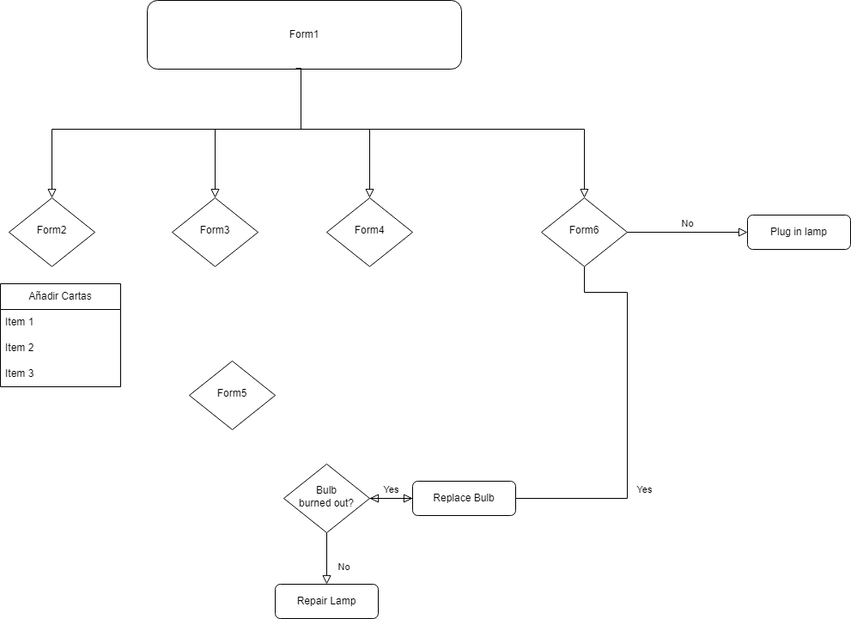
Earlier version of the draw.io export SerializableYugi/diagrama.drawio.png (ivansanjose1/TFG). Source tidied: cells renumbered, new cells last; positions are measured from the earlier drawing's top-left corner, leaving out a move shared by most shapes.
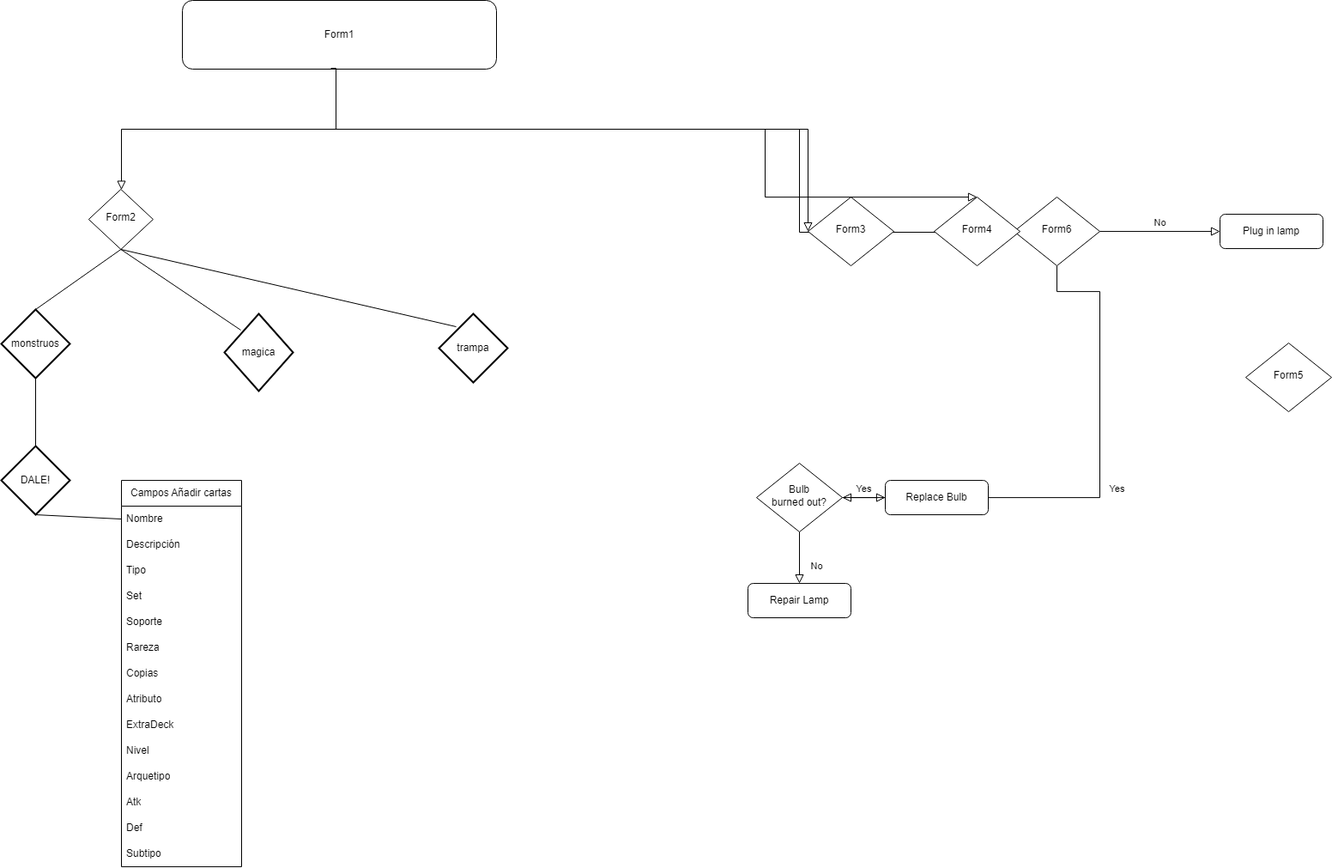
The same file after the commit.

Change to the diagram source:
```diff
@@ -6,8 +6,8 @@
       <mxGeometry relative="1" as="geometry">
         <Array as="points">
           <mxPoint x="350" y="150" />
-          <mxPoint x="680" y="150" />
-          <mxPoint x="680" y="270" />
+          <mxPoint x="890" y="150" />
+          <mxPoint x="890" y="270" />
         </Array>
       </mxGeometry>
     </mxCell>
@@ -17,9 +17,9 @@
     <mxCell id="4" value="Yes" style="rounded=0;html=1;jettySize=auto;fontSize=11;endArrow=block;endFill=0;endSize=8;strokeWidth=1;shadow=0;labelBackgroundColor=none;edgeStyle=orthogonalEdgeStyle;" parent="1" edge="1" source="6" target="10">
       <mxGeometry y="20" relative="1" as="geometry">
         <Array as="points">
-          <mxPoint x="680" y="340" />
-          <mxPoint x="730" y="340" />
-          <mxPoint x="730" y="580" />
+          <mxPoint x="1190" y="339.1" />
+          <mxPoint x="1240" y="339.1" />
+          <mxPoint x="1240" y="579.1" />
         </Array>
       </mxGeometry>
     </mxCell>
@@ -27,10 +27,10 @@
       <mxGeometry y="10" relative="1" as="geometry" />
     </mxCell>
     <mxCell id="6" value="Form6" style="rhombus;whiteSpace=wrap;html=1;shadow=0;fontFamily=Helvetica;fontSize=12;align=center;strokeWidth=1;spacing=6;spacingTop=-4;" parent="1" vertex="1">
-      <mxGeometry x="630" y="230" width="100" height="80" as="geometry" />
+      <mxGeometry x="1140" y="229.1" width="100" height="80" as="geometry" />
     </mxCell>
     <mxCell id="7" value="Plug in lamp" style="rounded=1;whiteSpace=wrap;html=1;fontSize=12;glass=0;strokeWidth=1;shadow=0;" parent="1" vertex="1">
-      <mxGeometry x="870" y="250" width="120" height="40" as="geometry" />
+      <mxGeometry x="1380" y="249.1" width="120" height="40" as="geometry" />
     </mxCell>
     <mxCell id="8" value="No" style="rounded=0;html=1;jettySize=auto;fontSize=11;endArrow=block;endFill=0;endSize=8;strokeWidth=1;shadow=0;labelBackgroundColor=none;edgeStyle=orthogonalEdgeStyle;" parent="1" edge="1" source="10" target="11">
       <mxGeometry x="0.33" y="20" relative="1" as="geometry" />
@@ -39,38 +39,38 @@
       <mxGeometry y="10" relative="1" as="geometry" />
     </mxCell>
     <mxCell id="10" value="Bulb&lt;br&gt;burned out?" style="rhombus;whiteSpace=wrap;html=1;shadow=0;fontFamily=Helvetica;fontSize=12;align=center;strokeWidth=1;spacing=6;spacingTop=-4;" parent="1" vertex="1">
-      <mxGeometry x="330" y="540" width="100" height="80" as="geometry" />
+      <mxGeometry x="840" y="539.1" width="100" height="80" as="geometry" />
     </mxCell>
     <mxCell id="11" value="Repair Lamp" style="rounded=1;whiteSpace=wrap;html=1;fontSize=12;glass=0;strokeWidth=1;shadow=0;" parent="1" vertex="1">
-      <mxGeometry x="320" y="680" width="120" height="40" as="geometry" />
+      <mxGeometry x="830" y="679.1" width="120" height="40" as="geometry" />
     </mxCell>
     <mxCell id="12" value="Replace Bulb" style="rounded=1;whiteSpace=wrap;html=1;fontSize=12;glass=0;strokeWidth=1;shadow=0;" parent="1" vertex="1">
-      <mxGeometry x="480" y="560" width="120" height="40" as="geometry" />
+      <mxGeometry x="990" y="559.1" width="120" height="40" as="geometry" />
     </mxCell>
     <mxCell id="13" value="Form2" style="rhombus;whiteSpace=wrap;html=1;shadow=0;fontFamily=Helvetica;fontSize=12;align=center;strokeWidth=1;spacing=6;spacingTop=-4;" parent="1" vertex="1">
-      <mxGeometry x="10" y="230" width="100" height="80" as="geometry" />
+      <mxGeometry x="61.9" y="220" width="75" height="70" as="geometry" />
     </mxCell>
     <mxCell id="14" style="rounded=0;html=1;jettySize=auto;fontSize=11;endArrow=block;endFill=0;endSize=8;strokeWidth=1;shadow=0;labelBackgroundColor=none;edgeStyle=orthogonalEdgeStyle;exitX=0.473;exitY=0.988;exitDx=0;exitDy=0;exitPerimeter=0;" parent="1" edge="1" source="3" target="13">
       <mxGeometry relative="1" as="geometry">
         <Array as="points">
           <mxPoint x="350" y="79" />
           <mxPoint x="350" y="150" />
-          <mxPoint x="60" y="150" />
+          <mxPoint x="100" y="150" />
         </Array>
       </mxGeometry>
     </mxCell>
     <mxCell id="15" value="Form3" style="rhombus;whiteSpace=wrap;html=1;shadow=0;fontFamily=Helvetica;fontSize=12;align=center;strokeWidth=1;spacing=6;spacingTop=-4;" parent="1" vertex="1">
-      <mxGeometry x="200" y="230" width="100" height="80" as="geometry" />
+      <mxGeometry x="900" y="229.1" width="100" height="80" as="geometry" />
     </mxCell>
     <mxCell id="16" value="Form4" style="rhombus;whiteSpace=wrap;html=1;shadow=0;fontFamily=Helvetica;fontSize=12;align=center;strokeWidth=1;spacing=6;spacingTop=-4;" parent="1" vertex="1">
-      <mxGeometry x="380" y="230" width="100" height="80" as="geometry" />
+      <mxGeometry x="1047" y="229.1" width="100" height="80" as="geometry" />
     </mxCell>
     <mxCell id="17" style="rounded=0;html=1;jettySize=auto;fontSize=11;endArrow=block;endFill=0;endSize=8;strokeWidth=1;shadow=0;labelBackgroundColor=none;edgeStyle=orthogonalEdgeStyle;exitX=0.475;exitY=1;exitDx=0;exitDy=0;exitPerimeter=0;" parent="1" edge="1" source="3" target="15">
       <mxGeometry relative="1" as="geometry">
         <Array as="points">
           <mxPoint x="350" y="80" />
           <mxPoint x="350" y="150" />
-          <mxPoint x="250" y="150" />
+          <mxPoint x="900" y="150" />
         </Array>
       </mxGeometry>
     </mxCell>
@@ -79,24 +79,85 @@
         <Array as="points">
           <mxPoint x="350" y="80" />
           <mxPoint x="350" y="150" />
-          <mxPoint x="430" y="150" />
+          <mxPoint x="850" y="150" />
+          <mxPoint x="850" y="229" />
         </Array>
       </mxGeometry>
     </mxCell>
     <mxCell id="19" value="Form5" style="rhombus;whiteSpace=wrap;html=1;shadow=0;fontFamily=Helvetica;fontSize=12;align=center;strokeWidth=1;spacing=6;spacingTop=-4;" parent="1" vertex="1">
-      <mxGeometry x="220" y="420" width="100" height="80" as="geometry" />
+      <mxGeometry x="1410" y="399.1" width="100" height="80" as="geometry" />
     </mxCell>
-    <mxCell id="20" value="Añadir Cartas" style="swimlane;fontStyle=0;horizontal=1;startSize=30;whiteSpace=wrap;html=1;" parent="1" vertex="1">
-      <mxGeometry y="330" width="140" height="120" as="geometry" />
-    </mxCell>
-    <mxCell id="21" value="Item 1" style="text;strokeColor=none;fillColor=none;align=left;verticalAlign=middle;spacingLeft=4;spacingRight=4;overflow=hidden;whiteSpace=wrap;html=1;" parent="20" vertex="1">
-      <mxGeometry y="30" width="140" height="30" as="geometry" />
-    </mxCell>
-    <mxCell id="22" value="Item 2" style="text;strokeColor=none;fillColor=none;align=left;verticalAlign=middle;spacingLeft=4;spacingRight=4;overflow=hidden;whiteSpace=wrap;html=1;" parent="20" vertex="1">
-      <mxGeometry y="60" width="140" height="30" as="geometry" />
-    </mxCell>
-    <mxCell id="23" value="Item 3" style="text;strokeColor=none;fillColor=none;align=left;verticalAlign=middle;spacingLeft=4;spacingRight=4;overflow=hidden;whiteSpace=wrap;html=1;" parent="20" vertex="1">
-      <mxGeometry y="90" width="140" height="30" as="geometry" />
-    </mxCell>
+    <mxCell id="24" value="monstruos" style="strokeWidth=2;html=1;shape=mxgraph.flowchart.decision;whiteSpace=wrap;" parent="1" vertex="1">
+      <mxGeometry x="-40" y="360" width="80" height="80" as="geometry" />
+    </mxCell>
+    <mxCell id="25" value="magica" style="strokeWidth=2;html=1;shape=mxgraph.flowchart.decision;whiteSpace=wrap;" parent="1" vertex="1">
+      <mxGeometry x="220" y="365" width="80" height="90" as="geometry" />
+    </mxCell>
+    <mxCell id="26" value="trampa" style="strokeWidth=2;html=1;shape=mxgraph.flowchart.decision;whiteSpace=wrap;" parent="1" vertex="1">
+      <mxGeometry x="470" y="365" width="80" height="80" as="geometry" />
+    </mxCell>
+    <mxCell id="27" value="Campos Añadir cartas" style="swimlane;fontStyle=0;horizontal=1;startSize=30;whiteSpace=wrap;html=1;" parent="1" vertex="1">
+      <mxGeometry x="100" y="559.1" width="140" height="450" as="geometry" />
+    </mxCell>
+    <mxCell id="28" value="Nombre" style="text;strokeColor=none;fillColor=none;align=left;verticalAlign=middle;spacingLeft=4;spacingRight=4;overflow=hidden;points=[[0,0.5],[1,0.5]];portConstraint=eastwest;whiteSpace=wrap;html=1;" parent="27" vertex="1">
+      <mxGeometry y="30" width="140" height="30" as="geometry" />
+    </mxCell>
+    <mxCell id="29" value="Descripción" style="text;strokeColor=none;fillColor=none;align=left;verticalAlign=middle;spacingLeft=4;spacingRight=4;overflow=hidden;whiteSpace=wrap;html=1;" parent="27" vertex="1">
+      <mxGeometry y="60" width="140" height="30" as="geometry" />
+    </mxCell>
+    <mxCell id="30" value="Tipo" style="text;strokeColor=none;fillColor=none;align=left;verticalAlign=middle;spacingLeft=4;spacingRight=4;overflow=hidden;whiteSpace=wrap;html=1;" parent="27" vertex="1">
+      <mxGeometry y="90" width="140" height="30" as="geometry" />
+    </mxCell>
+    <mxCell id="31" value="Set" style="text;strokeColor=none;fillColor=none;align=left;verticalAlign=middle;spacingLeft=4;spacingRight=4;overflow=hidden;whiteSpace=wrap;html=1;" parent="27" vertex="1">
+      <mxGeometry y="120" width="140" height="30" as="geometry" />
+    </mxCell>
+    <mxCell id="32" value="Soporte" style="text;strokeColor=none;fillColor=none;align=left;verticalAlign=middle;spacingLeft=4;spacingRight=4;overflow=hidden;whiteSpace=wrap;html=1;" parent="27" vertex="1">
+      <mxGeometry y="150" width="140" height="30" as="geometry" />
+    </mxCell>
+    <mxCell id="33" value="Rareza" style="text;strokeColor=none;fillColor=none;align=left;verticalAlign=middle;spacingLeft=4;spacingRight=4;overflow=hidden;whiteSpace=wrap;html=1;" parent="27" vertex="1">
+      <mxGeometry y="180" width="140" height="30" as="geometry" />
+    </mxCell>
+    <mxCell id="34" value="Copias" style="text;strokeColor=none;fillColor=none;align=left;verticalAlign=middle;spacingLeft=4;spacingRight=4;overflow=hidden;whiteSpace=wrap;html=1;" parent="27" vertex="1">
+      <mxGeometry y="210" width="140" height="30" as="geometry" />
+    </mxCell>
+    <mxCell id="35" value="Atributo" style="text;strokeColor=none;fillColor=none;align=left;verticalAlign=middle;spacingLeft=4;spacingRight=4;overflow=hidden;whiteSpace=wrap;html=1;" parent="27" vertex="1">
+      <mxGeometry y="240" width="140" height="30" as="geometry" />
+    </mxCell>
+    <mxCell id="36" value="ExtraDeck" style="text;strokeColor=none;fillColor=none;align=left;verticalAlign=middle;spacingLeft=4;spacingRight=4;overflow=hidden;whiteSpace=wrap;html=1;" parent="27" vertex="1">
+      <mxGeometry y="270" width="140" height="30" as="geometry" />
+    </mxCell>
+    <mxCell id="37" value="Nivel" style="text;strokeColor=none;fillColor=none;align=left;verticalAlign=middle;spacingLeft=4;spacingRight=4;overflow=hidden;whiteSpace=wrap;html=1;" parent="27" vertex="1">
+      <mxGeometry y="300" width="140" height="30" as="geometry" />
+    </mxCell>
+    <mxCell id="38" value="Arquetipo" style="text;strokeColor=none;fillColor=none;align=left;verticalAlign=middle;spacingLeft=4;spacingRight=4;overflow=hidden;whiteSpace=wrap;html=1;" parent="27" vertex="1">
+      <mxGeometry y="330" width="140" height="30" as="geometry" />
+    </mxCell>
+    <mxCell id="39" value="Atk" style="text;strokeColor=none;fillColor=none;align=left;verticalAlign=middle;spacingLeft=4;spacingRight=4;overflow=hidden;whiteSpace=wrap;html=1;" parent="27" vertex="1">
+      <mxGeometry y="360" width="140" height="30" as="geometry" />
+    </mxCell>
+    <mxCell id="40" value="Def" style="text;strokeColor=none;fillColor=none;align=left;verticalAlign=middle;spacingLeft=4;spacingRight=4;overflow=hidden;whiteSpace=wrap;html=1;" parent="27" vertex="1">
+      <mxGeometry y="390" width="140" height="30" as="geometry" />
+    </mxCell>
+    <mxCell id="41" value="Subtipo" style="text;strokeColor=none;fillColor=none;align=left;verticalAlign=middle;spacingLeft=4;spacingRight=4;overflow=hidden;whiteSpace=wrap;html=1;" parent="27" vertex="1">
+      <mxGeometry y="420" width="140" height="30" as="geometry" />
+    </mxCell>
+    <mxCell id="42" style="endArrow=none;html=1;rounded=0;entryX=0.5;entryY=1;entryDx=0;entryDy=0;exitX=0.5;exitY=0;exitDx=0;exitDy=0;exitPerimeter=0;" parent="1" edge="1" source="24" target="13">
+      <mxGeometry relative="1" as="geometry" />
+    </mxCell>
+    <mxCell id="43" style="endArrow=none;html=1;rounded=0;entryX=0.5;entryY=1;entryDx=0;entryDy=0;exitX=0.238;exitY=0.211;exitDx=0;exitDy=0;exitPerimeter=0;" parent="1" edge="1" source="25" target="13">
+      <mxGeometry relative="1" as="geometry" />
+    </mxCell>
+    <mxCell id="44" style="endArrow=none;html=1;rounded=0;entryX=0.25;entryY=0.188;entryDx=0;entryDy=0;exitX=0.5;exitY=1;exitDx=0;exitDy=0;entryPerimeter=0;" parent="1" edge="1" source="13" target="26">
+      <mxGeometry relative="1" as="geometry" />
+    </mxCell>
+    <mxCell id="45" value="DALE!" style="strokeWidth=2;html=1;shape=mxgraph.flowchart.decision;whiteSpace=wrap;" parent="1" vertex="1">
+      <mxGeometry x="-40" y="519.1" width="80" height="80" as="geometry" />
+    </mxCell>
+    <mxCell id="46" style="endArrow=none;html=1;rounded=0;entryX=0.5;entryY=1;entryDx=0;entryDy=0;entryPerimeter=0;exitX=0.5;exitY=0;exitDx=0;exitDy=0;exitPerimeter=0;" parent="1" edge="1" source="45" target="24">
+      <mxGeometry relative="1" as="geometry" />
+    </mxCell>
+    <mxCell id="47" style="endArrow=none;html=1;rounded=0;entryX=0.5;entryY=1;entryDx=0;entryDy=0;entryPerimeter=0;exitX=0;exitY=0.5;exitDx=0;exitDy=0;" parent="1" edge="1" source="28" target="45">
+      <mxGeometry relative="1" as="geometry" />
+    </mxCell>
   </root>
 </mxGraphModel>
```
